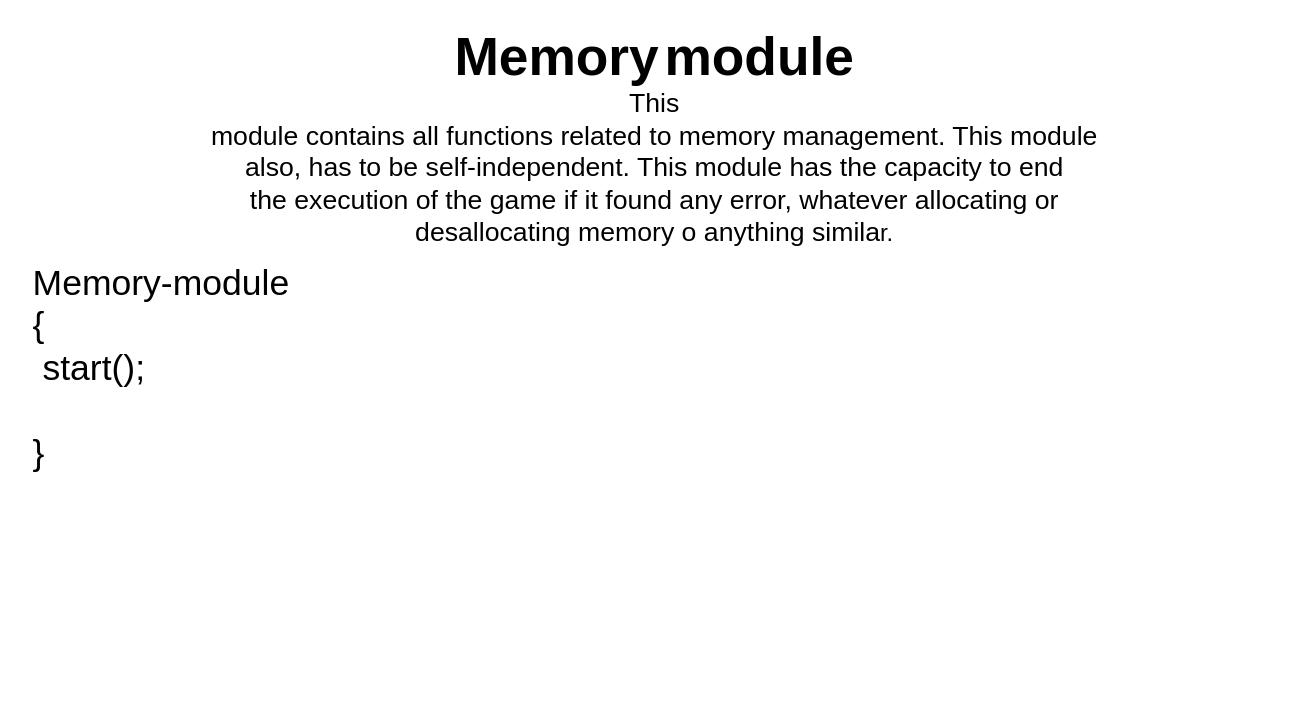
The draw.io diagram page "Memory" (3 of 3) of init_design.drawio in djose1164/inmortal-will, before the edit. Source tidied: cells renumbered, new cells numbered last; positions are measured from the earlier drawing's top-left corner, leaving out a move shared by most shapes. Both pictures are drawn from the tidied source at 148%, with x=0, y=0 at pixel (25, 40).
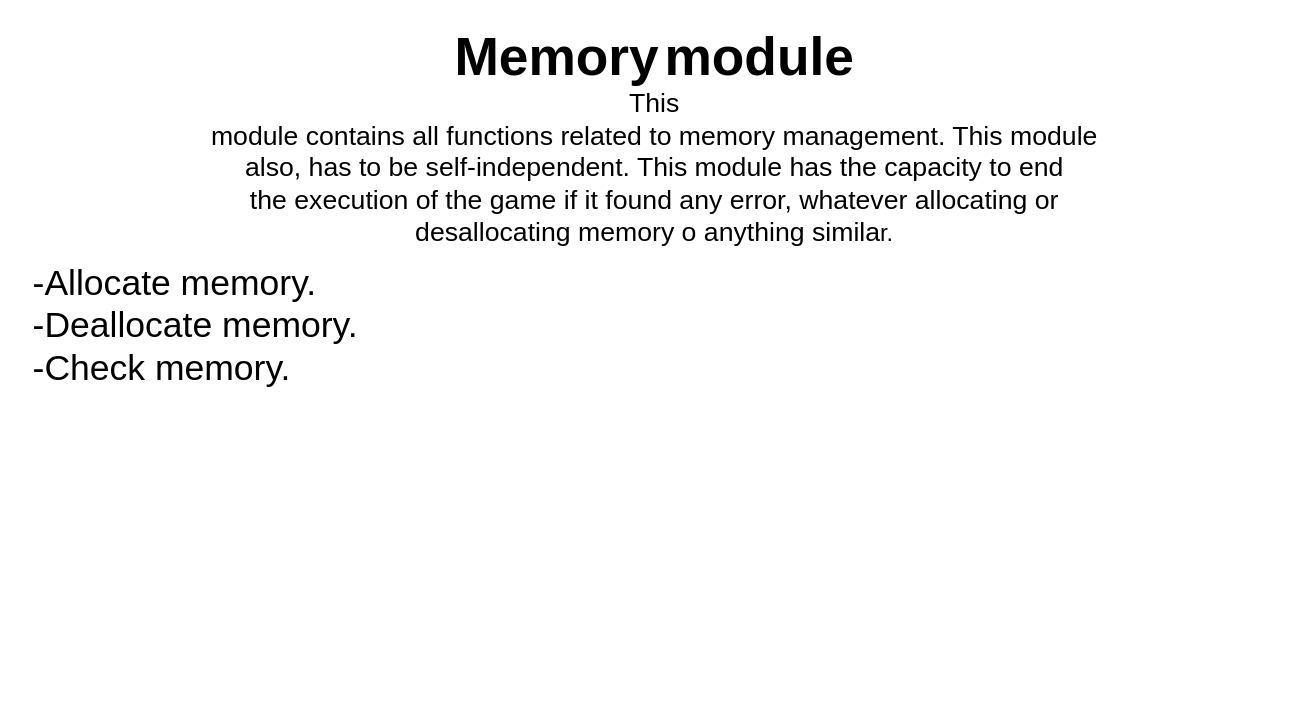
The same diagram, later.

What changed in the source:
```diff
@@
 <mxGraphModel>
   <root>
     <mxCell id="0" />
     <mxCell id="1" parent="0" />
-    <mxCell id="2" value="&lt;div&gt;&lt;font style=&quot;font-size: 24px&quot;&gt;Memory-module&lt;/font&gt;&lt;/div&gt;&lt;div&gt;&lt;font style=&quot;font-size: 24px&quot;&gt;{&lt;/font&gt;&lt;/div&gt;&lt;div&gt;&lt;font style=&quot;font-size: 24px&quot;&gt;&lt;span style=&quot;white-space: pre&quot;&gt; &lt;/span&gt;start();&lt;/font&gt;&lt;/div&gt;&lt;div&gt;&lt;font style=&quot;font-size: 24px&quot;&gt;&lt;span style=&quot;white-space: pre&quot;&gt; &lt;/span&gt;&lt;br&gt;&lt;/font&gt;&lt;/div&gt;&lt;div&gt;&lt;font style=&quot;font-size: 24px&quot;&gt;}&lt;br&gt;&lt;/font&gt;&lt;/div&gt;" style="text;html=1;strokeColor=none;fillColor=none;spacing=5;spacingTop=-20;whiteSpace=wrap;overflow=hidden;rounded=0;" parent="1" vertex="1">
+    <mxCell id="2" value="&lt;div&gt;&lt;font style=&quot;font-size: 24px&quot;&gt;-Allocate memory.&lt;/font&gt;&lt;/div&gt;&lt;div&gt;&lt;font style=&quot;font-size: 24px&quot;&gt;-Deallocate memory.&lt;/font&gt;&lt;/div&gt;&lt;div&gt;&lt;font style=&quot;font-size: 24px&quot;&gt;-Check memory.&lt;/font&gt;&lt;/div&gt;&lt;div&gt;&lt;font style=&quot;font-size: 24px&quot;&gt;&lt;br&gt;&lt;/font&gt;&lt;/div&gt;" style="text;html=1;strokeColor=none;fillColor=none;spacing=5;spacingTop=-20;whiteSpace=wrap;overflow=hidden;rounded=0;" parent="1" vertex="1">
       <mxGeometry y="160" width="320" height="280" as="geometry" />
     </mxCell>
     <mxCell id="3" value="&lt;div align=&quot;center&quot;&gt;&lt;font style=&quot;font-size: 24px&quot;&gt;&lt;b&gt;&lt;font style=&quot;font-size: 14px&quot;&gt;&lt;font style=&quot;font-size: 36px&quot;&gt;Memory&lt;/font&gt; &lt;font style=&quot;font-size: 36px&quot;&gt;module&lt;/font&gt;&lt;/font&gt;&lt;/b&gt;&lt;/font&gt;&lt;/div&gt;&lt;div align=&quot;center&quot;&gt;&lt;font style=&quot;font-size: 18px&quot;&gt;This&lt;/font&gt;&lt;br&gt;&lt;font style=&quot;font-size: 18px&quot;&gt; module contains all functions related to memory management. This module&lt;/font&gt;&lt;br&gt;&lt;font style=&quot;font-size: 18px&quot;&gt; also, has to be self-independent. This module has the capacity to end &lt;/font&gt;&lt;br&gt;&lt;font style=&quot;font-size: 18px&quot;&gt;the execution of the game if it found any error, whatever allocating or &lt;/font&gt;&lt;br&gt;&lt;font style=&quot;font-size: 18px&quot;&gt;desallocating memory o anything simila&lt;/font&gt;&lt;font size=&quot;3&quot;&gt;r.&lt;/font&gt;&lt;/div&gt;" style="text;html=1;strokeColor=none;fillColor=none;spacing=5;spacingTop=-20;whiteSpace=wrap;overflow=hidden;rounded=0;align=center;" parent="1" vertex="1">
       <mxGeometry width="850" height="140" as="geometry" />
     </mxCell>
   </root>
 </mxGraphModel>
```
